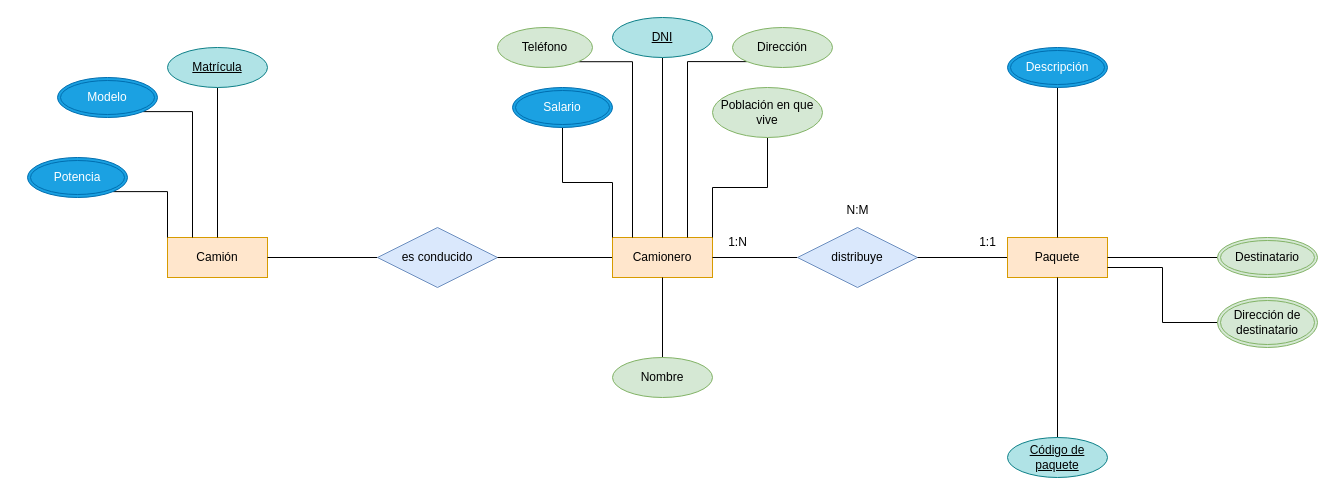
This is tarea_ejercicio_4.drawio from GRMiguelAngel/Base-Datos, a draw.io file, before an edit. Source tidied: cells renumbered, new cells numbered last; positions are measured from the earlier drawing's top-left corner, leaving out a move shared by most shapes. Both pictures are drawn from the tidied source at 100%, with x=0, y=0 at pixel (27, 17).
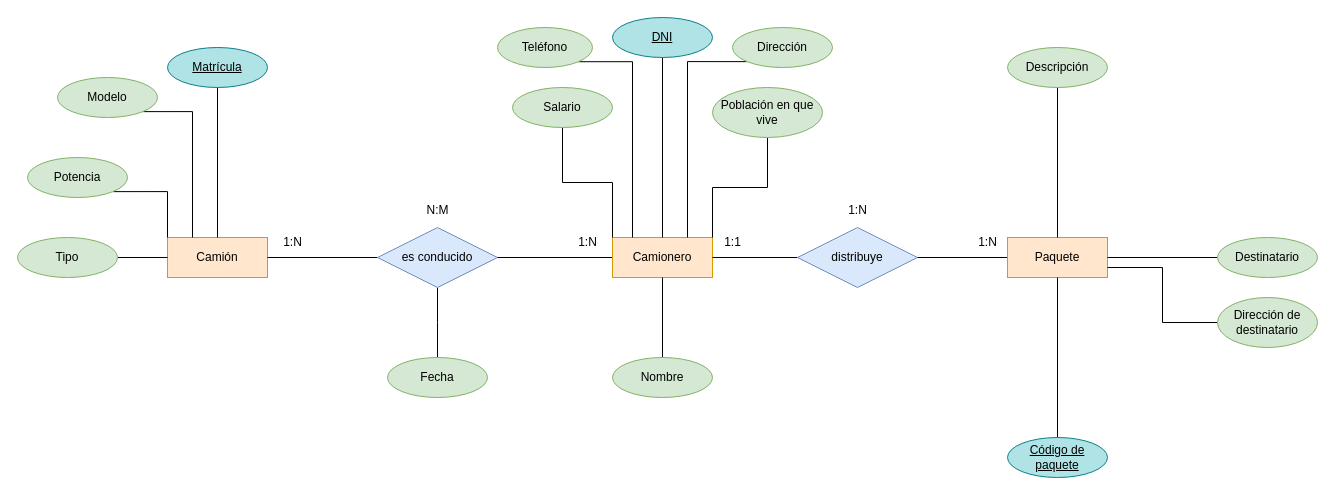
The same diagram, later.

Unchanged cells that the change refers to:
```xml
<mxCell id="2" value="Camión" style="whiteSpace=wrap;html=1;align=center;fillColor=#ffe6cc;strokeColor=#d79b00;" parent="1" vertex="1">
  <mxGeometry x="140" y="220" width="100" height="40" as="geometry" />
</mxCell>
<mxCell id="4" value="es conducido" style="shape=rhombus;perimeter=rhombusPerimeter;whiteSpace=wrap;html=1;align=center;fillColor=#dae8fc;strokeColor=#6c8ebf;" parent="1" vertex="1">
  <mxGeometry x="350" y="210" width="120" height="60" as="geometry" />
</mxCell>
```

Diff of the diagram source:
```diff
@@
+    <mxCell id="40" style="edgeStyle=orthogonalEdgeStyle;rounded=0;jettySize=auto;html=1;endArrow=none;endFill=0;" parent="1" edge="1" source="4">
+      <mxGeometry relative="1" as="geometry">
+        <mxPoint x="410" y="340" as="targetPoint" />
+      </mxGeometry>
+    </mxCell>
@@
-    <mxCell id="20" value="Salario" style="ellipse;shape=doubleEllipse;margin=3;whiteSpace=wrap;html=1;align=center;fillColor=#1ba1e2;strokeColor=#006EAF;fontColor=#ffffff;" parent="1" vertex="1">
+    <mxCell id="20" value="Salario" style="shape=ellipse;margin=3;whiteSpace=wrap;html=1;align=center;fillColor=#d5e8d4;strokeColor=#82b366;perimeter=ellipsePerimeter;" parent="1" vertex="1">
       <mxGeometry x="485" y="70" width="100" height="40" as="geometry" />
     </mxCell>
@@
-    <mxCell id="26" value="Descripción" style="ellipse;shape=doubleEllipse;margin=3;whiteSpace=wrap;html=1;align=center;fillColor=#1ba1e2;fontColor=#ffffff;strokeColor=#006EAF;" parent="1" vertex="1">
+    <mxCell id="26" value="Descripción" style="shape=ellipse;margin=3;whiteSpace=wrap;html=1;align=center;fillColor=#d5e8d4;strokeColor=#82b366;perimeter=ellipsePerimeter;" parent="1" vertex="1">
       <mxGeometry x="980" y="30" width="100" height="40" as="geometry" />
     </mxCell>
@@
-    <mxCell id="28" value="Destinatario" style="whiteSpace=wrap;html=1;align=center;fillColor=#d5e8d4;strokeColor=#82b366;shape=doubleEllipse;margin=3;perimeter=ellipsePerimeter;" parent="1" vertex="1">
+    <mxCell id="28" value="Destinatario" style="whiteSpace=wrap;html=1;align=center;fillColor=#d5e8d4;strokeColor=#82b366;shape=ellipse;margin=3;perimeter=ellipsePerimeter;" parent="1" vertex="1">
       <mxGeometry x="1190" y="220" width="100" height="40" as="geometry" />
     </mxCell>
@@
-    <mxCell id="30" value="Dirección de destinatario" style="whiteSpace=wrap;html=1;align=center;fillColor=#d5e8d4;strokeColor=#82b366;shape=doubleEllipse;margin=3;perimeter=ellipsePerimeter;" parent="1" vertex="1">
+    <mxCell id="30" value="Dirección de destinatario" style="whiteSpace=wrap;html=1;align=center;fillColor=#d5e8d4;strokeColor=#82b366;shape=ellipse;margin=3;perimeter=ellipsePerimeter;" parent="1" vertex="1">
       <mxGeometry x="1190" y="280" width="100" height="50" as="geometry" />
     </mxCell>
     <mxCell id="31" value="1:1" style="text;html=1;align=center;verticalAlign=middle;strokeColor=none;fillColor=none;" parent="1" vertex="1">
-      <mxGeometry x="940" y="210" width="40" height="30" as="geometry" />
+      <mxGeometry x="685" y="210" width="40" height="30" as="geometry" />
     </mxCell>
     <mxCell id="32" value="1:N" style="text;html=1;align=center;verticalAlign=middle;strokeColor=none;fillColor=none;" parent="1" vertex="1">
-      <mxGeometry x="690" y="210" width="40" height="30" as="geometry" />
+      <mxGeometry x="940" y="210" width="40" height="30" as="geometry" />
     </mxCell>
-    <mxCell id="33" value="N:M" style="text;html=1;align=center;verticalAlign=middle;strokeColor=none;fillColor=none;" parent="1" vertex="1">
-      <mxGeometry x="805" y="178" width="50" height="30" as="geometry" />
+    <mxCell id="33" value="1:N" style="text;html=1;align=center;verticalAlign=middle;strokeColor=none;fillColor=none;" parent="1" vertex="1">
+      <mxGeometry x="810" y="178" width="40" height="30" as="geometry" />
     </mxCell>
@@
-    <mxCell id="37" value="Modelo" style="whiteSpace=wrap;html=1;align=center;shape=doubleEllipse;perimeter=ellipsePerimeter;margin=3;fillColor=#1ba1e2;fontColor=#ffffff;strokeColor=#006EAF;" parent="1" vertex="1">
+    <mxCell id="37" value="Modelo" style="whiteSpace=wrap;html=1;align=center;shape=ellipse;margin=3;fillColor=#d5e8d4;strokeColor=#82b366;perimeter=ellipsePerimeter;" parent="1" vertex="1">
       <mxGeometry x="30" y="60" width="100" height="40" as="geometry" />
     </mxCell>
@@
-    <mxCell id="39" value="Potencia" style="ellipse;shape=doubleEllipse;margin=3;whiteSpace=wrap;html=1;align=center;fillColor=#1ba1e2;fontColor=#ffffff;strokeColor=#006EAF;" parent="1" vertex="1">
+    <mxCell id="39" value="Potencia" style="shape=ellipse;margin=3;whiteSpace=wrap;html=1;align=center;fillColor=#d5e8d4;strokeColor=#82b366;perimeter=ellipsePerimeter;" parent="1" vertex="1">
       <mxGeometry y="140" width="100" height="40" as="geometry" />
     </mxCell>
+    <mxCell id="41" style="edgeStyle=orthogonalEdgeStyle;rounded=0;jettySize=auto;html=1;entryX=0;entryY=0.5;entryDx=0;entryDy=0;endArrow=none;endFill=0;" parent="1" edge="1" source="42" target="2">
+      <mxGeometry relative="1" as="geometry" />
+    </mxCell>
+    <mxCell id="42" value="Tipo" style="shape=ellipse;margin=3;whiteSpace=wrap;html=1;align=center;fillColor=#d5e8d4;strokeColor=#82b366;perimeter=ellipsePerimeter;" parent="1" vertex="1">
+      <mxGeometry x="-10" y="220" width="100" height="40" as="geometry" />
+    </mxCell>
+    <mxCell id="43" value="Fecha" style="ellipse;whiteSpace=wrap;html=1;align=center;fillColor=#d5e8d4;strokeColor=#82b366;" parent="1" vertex="1">
+      <mxGeometry x="360" y="340" width="100" height="40" as="geometry" />
+    </mxCell>
+    <mxCell id="44" value="1:N" style="text;html=1;align=center;verticalAlign=middle;strokeColor=none;fillColor=none;" parent="1" vertex="1">
+      <mxGeometry x="245" y="210" width="40" height="30" as="geometry" />
+    </mxCell>
+    <mxCell id="45" value="1:N" style="text;html=1;align=center;verticalAlign=middle;strokeColor=none;fillColor=none;" parent="1" vertex="1">
+      <mxGeometry x="540" y="210" width="40" height="30" as="geometry" />
+    </mxCell>
+    <mxCell id="46" value="N:M" style="text;html=1;align=center;verticalAlign=middle;strokeColor=none;fillColor=none;" parent="1" vertex="1">
+      <mxGeometry x="385" y="178" width="50" height="30" as="geometry" />
+    </mxCell>
```
